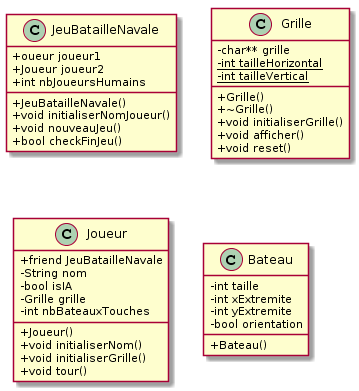
Above: UML/diagramme_classes.png in saraben28/Bataille-Navale (PlantUML), before the change.
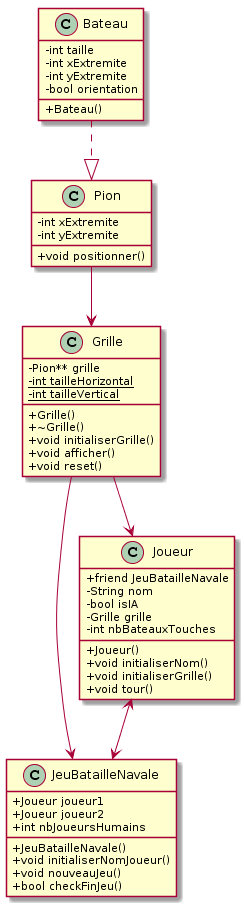
Above is the later version.

The edit, as a diff of the source:
```diff
@@ -3,7 +3,7 @@
 
 
 class JeuBatailleNavale{
-   +oueur joueur1
+   +Joueur joueur1
    +Joueur joueur2
    +int nbJoueursHumains
 
@@ -15,7 +15,7 @@
 }
 
 class Grille{
-   -char** grille
+   -Pion** grille
    -{static} int tailleHorizontal
    -{static} int tailleVertical
 
@@ -42,6 +42,14 @@
 
 }
 
+class Pion {
+   -int xExtremite
+   -int yExtremite
+
+   +void positionner()
+
+}
+
 class Bateau{
    -int taille
    -int xExtremite
@@ -51,4 +59,10 @@
    +Bateau()
 
 }
+
+Bateau ..|> Pion
+Joueur<--> JeuBatailleNavale
+Pion --> Grille
+Grille --> Joueur
+Grille --> JeuBatailleNavale
 @enduml
```
